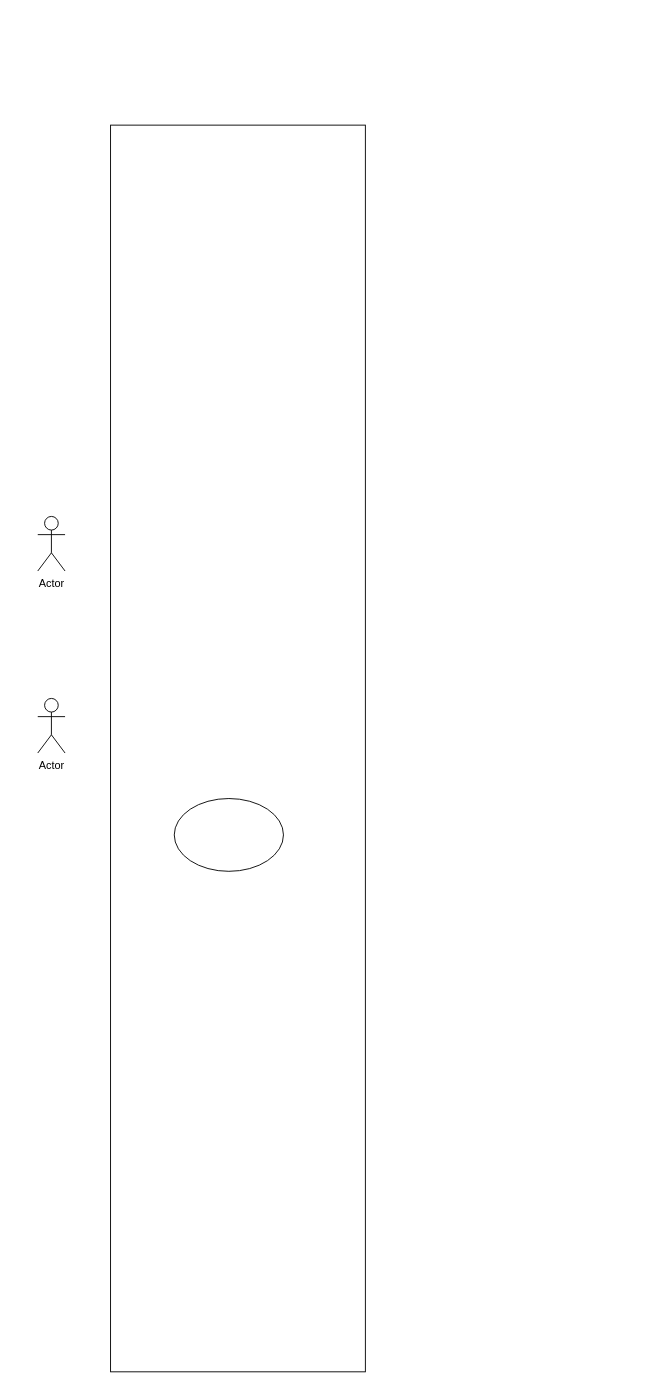
The draw.io diagram usd.drawio in zzhiyuan59/CS3704, before the edit. Source tidied: cells renumbered, new cells numbered last; positions are measured from the earlier drawing's top-left corner, leaving out a move shared by most shapes. Both pictures are drawn from the tidied source at 91%, with x=0, y=0 at pixel (37, 125).
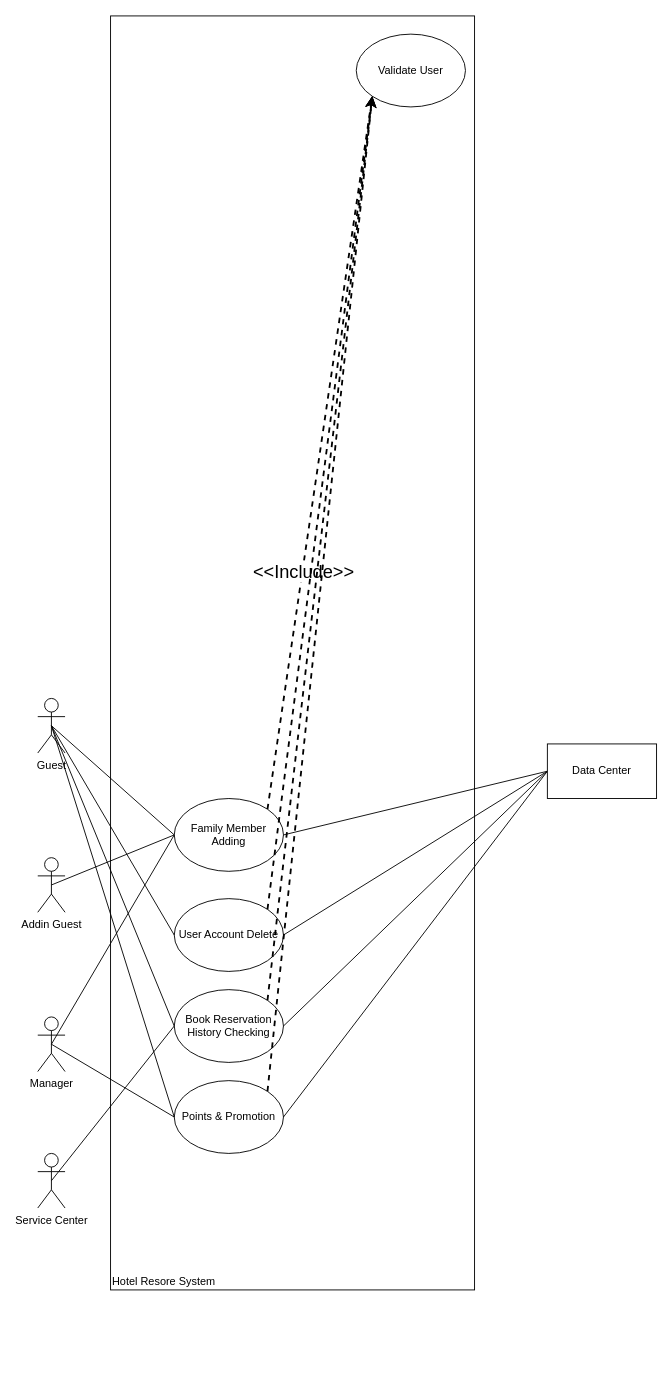
After the change.

What changed in the source:
```diff
@@
-    <mxCell id="2" value="Actor" style="shape=umlActor;verticalLabelPosition=bottom;verticalAlign=top;html=1;" parent="1" vertex="1">
-      <mxGeometry y="430" width="30" height="60" as="geometry" />
-    </mxCell>
-    <mxCell id="3" value="Actor" style="shape=umlActor;verticalLabelPosition=bottom;verticalAlign=top;html=1;outlineConnect=0;" parent="1" vertex="1">
+    <mxCell id="3" value="Guest" style="shape=umlActor;verticalLabelPosition=bottom;verticalAlign=top;html=1;outlineConnect=0;" parent="1" vertex="1">
       <mxGeometry y="630" width="30" height="60" as="geometry" />
     </mxCell>
-    <mxCell id="4" style="rounded=0;whiteSpace=wrap;html=1;" parent="1" vertex="1">
-      <mxGeometry x="80" width="280" height="1370" as="geometry" />
+    <mxCell id="4" value="&lt;br&gt;&lt;br&gt;&lt;br&gt;&lt;br&gt;&lt;br&gt;&lt;br&gt;&lt;br&gt;&lt;br&gt;&lt;br&gt;&lt;br&gt;&lt;br&gt;&lt;br&gt;&lt;br&gt;&lt;br&gt;&lt;br&gt;&lt;br&gt;&lt;br&gt;&lt;br&gt;&lt;br&gt;&lt;br&gt;&lt;br&gt;&lt;br&gt;&lt;br&gt;&lt;br&gt;&lt;br&gt;&lt;br&gt;&lt;br&gt;&lt;br&gt;&lt;br&gt;&lt;br&gt;&lt;br&gt;&lt;br&gt;&lt;br&gt;&lt;br&gt;&lt;br&gt;&lt;br&gt;&lt;br&gt;&lt;br&gt;&lt;br&gt;&lt;br&gt;&lt;br&gt;&lt;br&gt;&lt;br&gt;&lt;br&gt;&lt;br&gt;&lt;br&gt;&lt;br&gt;&lt;br&gt;&lt;br&gt;&lt;br&gt;&lt;br&gt;&lt;br&gt;&lt;br&gt;&lt;br&gt;&lt;br&gt;&lt;br&gt;&lt;br&gt;&lt;br&gt;&lt;br&gt;&lt;br&gt;&lt;br&gt;&lt;br&gt;&lt;br&gt;&lt;br&gt;&lt;br&gt;&lt;br&gt;&lt;br&gt;&lt;br&gt;&lt;br&gt;&lt;br&gt;&lt;br&gt;&lt;br&gt;&lt;br&gt;&lt;br&gt;&lt;br&gt;&lt;br&gt;&lt;br&gt;&lt;br&gt;&lt;br&gt;&lt;br&gt;&lt;br&gt;&lt;br&gt;&lt;br&gt;&lt;br&gt;&lt;br&gt;&lt;br&gt;&lt;br&gt;&lt;br&gt;&lt;br&gt;&lt;br&gt;&lt;br&gt;&lt;br&gt;&lt;br&gt;&lt;br&gt;&lt;br&gt;&lt;br&gt;Hotel Resore System" style="rounded=0;whiteSpace=wrap;html=1;fillColor=none;align=left;" parent="1" vertex="1">
+      <mxGeometry x="80" y="-120" width="400" height="1400" as="geometry" />
     </mxCell>
-    <mxCell id="5" style="ellipse;whiteSpace=wrap;html=1;" parent="1" vertex="1">
+    <mxCell id="5" value="Family Member Adding" style="ellipse;whiteSpace=wrap;html=1;" parent="1" vertex="1">
       <mxGeometry x="150" y="740" width="120" height="80" as="geometry" />
     </mxCell>
+    <mxCell id="6" style="endArrow=none;html=1;rounded=0;entryX=0;entryY=0.5;entryDx=0;entryDy=0;exitX=0.5;exitY=0.5;exitDx=0;exitDy=0;exitPerimeter=0;" parent="1" edge="1" source="3" target="5">
+      <mxGeometry relative="1" as="geometry" />
+    </mxCell>
+    <mxCell id="7" value="Validate User" style="ellipse;whiteSpace=wrap;html=1;" parent="1" vertex="1">
+      <mxGeometry x="350" y="-100" width="120" height="80" as="geometry" />
+    </mxCell>
+    <mxCell id="8" value="&lt;div&gt;User Account Delete&lt;/div&gt;" style="ellipse;whiteSpace=wrap;html=1;" parent="1" vertex="1">
+      <mxGeometry x="150" y="850" width="120" height="80" as="geometry" />
+    </mxCell>
+    <mxCell id="9" value="&lt;div&gt;Book Reservation History Checking&lt;/div&gt;" style="ellipse;whiteSpace=wrap;html=1;" parent="1" vertex="1">
+      <mxGeometry x="150" y="950" width="120" height="80" as="geometry" />
+    </mxCell>
+    <mxCell id="10" value="&lt;div&gt;Points &amp;amp; Promotion&lt;/div&gt;" style="ellipse;whiteSpace=wrap;html=1;" parent="1" vertex="1">
+      <mxGeometry x="150" y="1050" width="120" height="80" as="geometry" />
+    </mxCell>
+    <mxCell id="11" value="Addin Guest" style="shape=umlActor;verticalLabelPosition=bottom;verticalAlign=top;html=1;outlineConnect=0;" parent="1" vertex="1">
+      <mxGeometry y="805" width="30" height="60" as="geometry" />
+    </mxCell>
+    <mxCell id="12" style="endArrow=none;html=1;rounded=0;entryX=0;entryY=0.5;entryDx=0;entryDy=0;exitX=0.5;exitY=0.5;exitDx=0;exitDy=0;exitPerimeter=0;" parent="1" edge="1" source="11" target="5">
+      <mxGeometry relative="1" as="geometry" />
+    </mxCell>
+    <mxCell id="13" style="endArrow=classic;html=1;rounded=0;entryX=0;entryY=1;entryDx=0;entryDy=0;exitX=1;exitY=0;exitDx=0;exitDy=0;dashed=1;strokeWidth=2;" parent="1" edge="1" source="5" target="7">
+      <mxGeometry relative="1" as="geometry" />
+    </mxCell>
+    <mxCell id="14" value="&lt;font style=&quot;font-size: 20px;&quot;&gt;&amp;lt;&amp;lt;Include&amp;gt;&amp;gt;&lt;/font&gt;" style="edgeLabel;html=1;align=center;verticalAlign=middle;" parent="13" vertex="1">
+      <mxGeometry x="-0.33" y="-1" relative="1" as="geometry" />
+    </mxCell>
+    <mxCell id="15" style="endArrow=classic;html=1;rounded=0;entryX=0;entryY=1;entryDx=0;entryDy=0;exitX=1;exitY=0;exitDx=0;exitDy=0;dashed=1;strokeWidth=2;" parent="1" edge="1" source="8" target="7">
+      <mxGeometry relative="1" as="geometry" />
+    </mxCell>
+    <mxCell id="16" style="endArrow=classic;html=1;rounded=0;entryX=0;entryY=1;entryDx=0;entryDy=0;exitX=1;exitY=0;exitDx=0;exitDy=0;dashed=1;strokeWidth=2;" parent="1" edge="1" source="9" target="7">
+      <mxGeometry relative="1" as="geometry" />
+    </mxCell>
+    <mxCell id="17" style="endArrow=classic;html=1;rounded=0;entryX=0;entryY=1;entryDx=0;entryDy=0;exitX=1;exitY=0;exitDx=0;exitDy=0;dashed=1;strokeWidth=2;" parent="1" edge="1" source="10" target="7">
+      <mxGeometry relative="1" as="geometry" />
+    </mxCell>
+    <mxCell id="18" style="rounded=0;jettySize=auto;html=1;exitX=0.5;exitY=0.5;exitDx=0;exitDy=0;exitPerimeter=0;entryX=0;entryY=0.5;entryDx=0;entryDy=0;endArrow=none;endFill=0;" parent="1" edge="1" source="19" target="10">
+      <mxGeometry relative="1" as="geometry" />
+    </mxCell>
+    <mxCell id="19" value="Manager" style="shape=umlActor;verticalLabelPosition=bottom;verticalAlign=top;html=1;outlineConnect=0;" parent="1" vertex="1">
+      <mxGeometry y="980" width="30" height="60" as="geometry" />
+    </mxCell>
+    <mxCell id="20" style="endArrow=none;html=1;rounded=0;exitX=0.5;exitY=0.5;exitDx=0;exitDy=0;exitPerimeter=0;entryX=0;entryY=0.5;entryDx=0;entryDy=0;" parent="1" edge="1" source="19" target="5">
+      <mxGeometry relative="1" as="geometry" />
+    </mxCell>
+    <mxCell id="21" style="endArrow=none;html=1;rounded=0;entryX=0;entryY=0.5;entryDx=0;entryDy=0;exitX=0.5;exitY=0.5;exitDx=0;exitDy=0;exitPerimeter=0;" parent="1" edge="1" source="3" target="8">
+      <mxGeometry relative="1" as="geometry" />
+    </mxCell>
+    <mxCell id="22" style="endArrow=none;html=1;rounded=0;entryX=0;entryY=0.5;entryDx=0;entryDy=0;exitX=0.5;exitY=0.5;exitDx=0;exitDy=0;exitPerimeter=0;" parent="1" edge="1" source="3" target="9">
+      <mxGeometry relative="1" as="geometry" />
+    </mxCell>
+    <mxCell id="23" style="endArrow=none;html=1;rounded=0;entryX=0;entryY=0.5;entryDx=0;entryDy=0;exitX=0.5;exitY=0.5;exitDx=0;exitDy=0;exitPerimeter=0;" parent="1" edge="1" source="3" target="10">
+      <mxGeometry relative="1" as="geometry" />
+    </mxCell>
+    <mxCell id="24" style="rounded=0;jettySize=auto;html=1;exitX=0.5;exitY=0.5;exitDx=0;exitDy=0;exitPerimeter=0;entryX=0;entryY=0.5;entryDx=0;entryDy=0;startArrow=none;startFill=0;endArrow=none;endFill=0;" parent="1" edge="1" source="25" target="9">
+      <mxGeometry relative="1" as="geometry" />
+    </mxCell>
+    <mxCell id="25" value="Service Center" style="shape=umlActor;verticalLabelPosition=bottom;verticalAlign=top;html=1;outlineConnect=0;" parent="1" vertex="1">
+      <mxGeometry y="1130" width="30" height="60" as="geometry" />
+    </mxCell>
+    <mxCell id="26" style="rounded=0;jettySize=auto;html=1;exitX=0;exitY=0.5;exitDx=0;exitDy=0;entryX=1;entryY=0.5;entryDx=0;entryDy=0;endArrow=none;endFill=0;" parent="1" edge="1" source="30" target="5">
+      <mxGeometry relative="1" as="geometry" />
+    </mxCell>
+    <mxCell id="27" style="rounded=0;jettySize=auto;html=1;exitX=0;exitY=0.5;exitDx=0;exitDy=0;endArrow=none;endFill=0;entryX=1;entryY=0.5;entryDx=0;entryDy=0;" parent="1" edge="1" source="30" target="8">
+      <mxGeometry relative="1" as="geometry" />
+    </mxCell>
+    <mxCell id="28" style="rounded=0;jettySize=auto;html=1;exitX=0;exitY=0.5;exitDx=0;exitDy=0;entryX=1;entryY=0.5;entryDx=0;entryDy=0;endArrow=none;endFill=0;" parent="1" edge="1" source="30" target="9">
+      <mxGeometry relative="1" as="geometry" />
+    </mxCell>
+    <mxCell id="29" style="rounded=0;jettySize=auto;html=1;exitX=0;exitY=0.5;exitDx=0;exitDy=0;entryX=1;entryY=0.5;entryDx=0;entryDy=0;endArrow=none;endFill=0;" parent="1" edge="1" source="30" target="10">
+      <mxGeometry relative="1" as="geometry" />
+    </mxCell>
+    <mxCell id="30" value="Data Center" style="rounded=0;whiteSpace=wrap;html=1;" parent="1" vertex="1">
+      <mxGeometry x="560" y="680" width="120" height="60" as="geometry" />
+    </mxCell>
```
